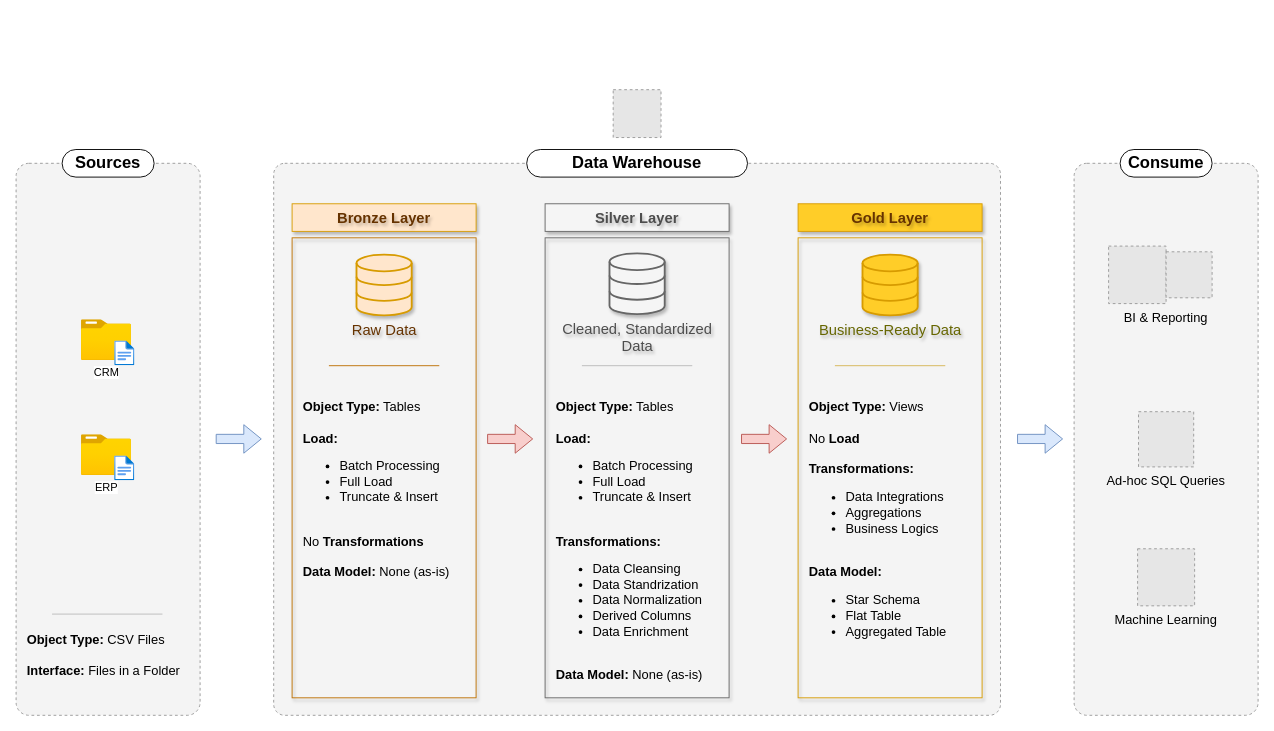
sohaib-atef/sql-data-warehouse-project keeps this draw.io diagram as page "Data Architecture" (1 of 4) of docs/warehouse-architecture.drawio. Above is the earlier version. Source tidied: cells renumbered, new cells numbered last; positions are measured from the earlier drawing's top-left corner, leaving out a move shared by most shapes. Both pictures are drawn from the tidied source at 92%, with x=0, y=0 at pixel (16, 89). Pictures stored in the file or linked from it are replaced by grey dashed boxes.
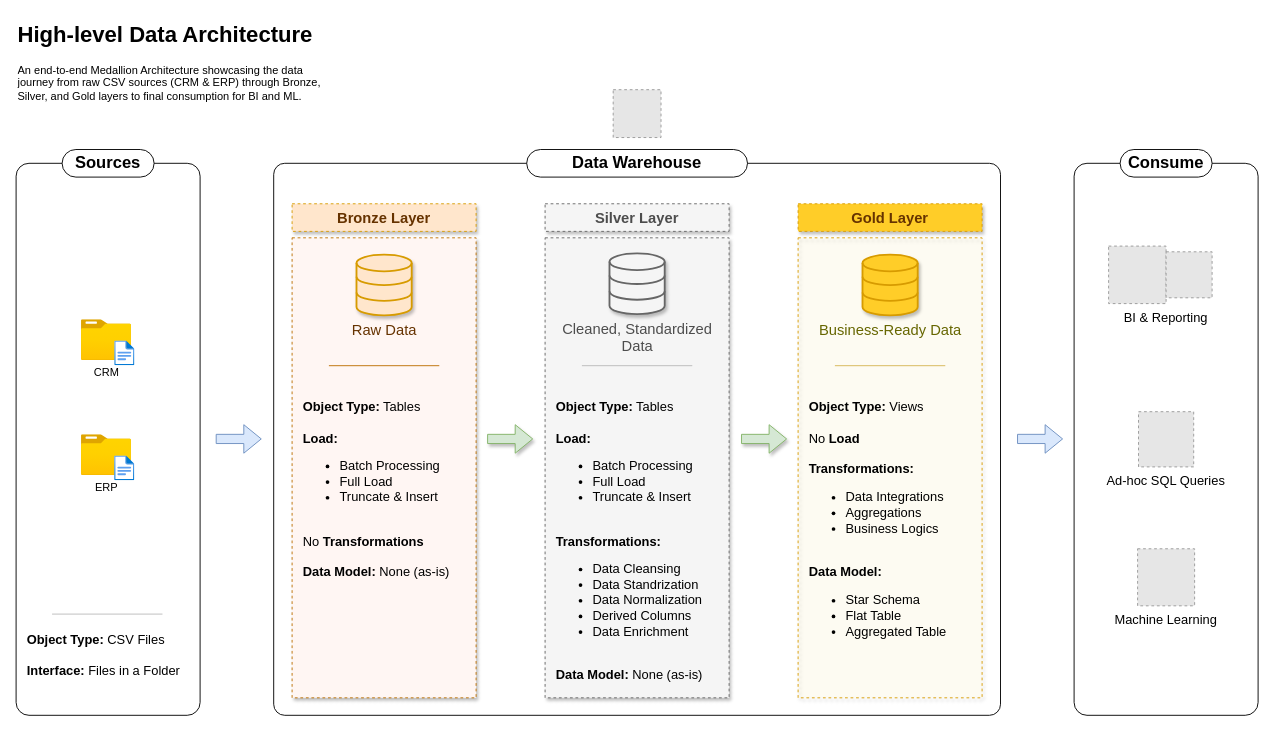
Above is the later version.

Commit message (it also covers changes not shown here):
Finalized the data catalog, naming and the architechure diagrmas on drawio and exported the diagrams to an HTML file

Change to the diagram source:
```diff
@@
-    <mxCell id="2" style="rounded=1;whiteSpace=wrap;html=1;labelBorderColor=none;arcSize=7;dashed=1;strokeWidth=1;strokeColor=#999999;fillColor=#F4F4F4;" parent="1" vertex="1">
+    <mxCell id="2" style="rounded=1;whiteSpace=wrap;html=1;labelBorderColor=none;arcSize=7;strokeWidth=1;" parent="1" vertex="1">
       <mxGeometry y="80" width="200" height="600" as="geometry" />
     </mxCell>
@@
-    <mxCell id="4" style="rounded=1;whiteSpace=wrap;html=1;arcSize=2;dashed=1;strokeColor=#999999;fillColor=#F4F4F4;" parent="1" vertex="1">
+    <mxCell id="4" style="rounded=1;whiteSpace=wrap;html=1;arcSize=2;" parent="1" vertex="1">
       <mxGeometry x="280" y="80" width="790" height="600" as="geometry" />
     </mxCell>
@@
-    <mxCell id="6" style="rounded=1;whiteSpace=wrap;html=1;labelBorderColor=none;arcSize=7;dashed=1;strokeColor=#999999;fillColor=#F4F4F4;" parent="1" vertex="1">
+    <mxCell id="6" style="rounded=1;whiteSpace=wrap;html=1;labelBorderColor=none;arcSize=7;" parent="1" vertex="1">
       <mxGeometry x="1150" y="80" width="200" height="600" as="geometry" />
     </mxCell>
@@
-    <mxCell id="8" value="Bronze Layer" style="rounded=0;whiteSpace=wrap;html=1;fillColor=#ffe6cc;strokeColor=#d79b00;fontStyle=1;fontSize=16;fontColor=#663300;shadow=1;textShadow=1;" parent="1" vertex="1">
+    <mxCell id="8" value="Bronze Layer" style="rounded=0;whiteSpace=wrap;html=1;fillColor=#ffe6cc;strokeColor=#d79b00;fontStyle=1;fontSize=16;fontColor=#663300;shadow=1;textShadow=0;dashed=1;" parent="1" vertex="1">
       <mxGeometry x="300" y="124" width="200" height="30" as="geometry" />
     </mxCell>
-    <mxCell id="9" value="Silver Layer" style="rounded=0;whiteSpace=wrap;html=1;fillColor=#f5f5f5;fontColor=#4D4D4D;strokeColor=#666666;fontStyle=1;fontSize=16;shadow=1;textShadow=1;" parent="1" vertex="1">
+    <mxCell id="9" value="Silver Layer" style="rounded=0;whiteSpace=wrap;html=1;fillColor=#f5f5f5;fontColor=#4D4D4D;strokeColor=#666666;fontStyle=1;fontSize=16;shadow=1;textShadow=0;dashed=1;" parent="1" vertex="1">
       <mxGeometry x="575" y="124" width="200" height="30" as="geometry" />
     </mxCell>
-    <mxCell id="10" value="Gold Layer" style="rounded=0;whiteSpace=wrap;html=1;fillColor=#ffcd28;strokeColor=#d79b00;fontStyle=1;fontSize=16;gradientColor=none;fontColor=#663300;shadow=1;textShadow=1;" parent="1" vertex="1">
+    <mxCell id="10" value="Gold Layer" style="rounded=0;whiteSpace=wrap;html=1;fillColor=#ffcd28;strokeColor=#d79b00;fontStyle=1;fontSize=16;gradientColor=none;fontColor=#663300;shadow=1;textShadow=0;dashed=1;" parent="1" vertex="1">
       <mxGeometry x="850" y="124" width="200" height="30" as="geometry" />
     </mxCell>
-    <mxCell id="11" style="rounded=0;whiteSpace=wrap;html=1;fillColor=none;strokeColor=#BD7000;fontColor=#000000;shadow=1;" parent="1" vertex="1">
+    <mxCell id="11" style="rounded=0;whiteSpace=wrap;html=1;fillColor=#FFF6F3;strokeColor=#BD7000;fontColor=#000000;shadow=1;dashed=1;" parent="1" vertex="1">
       <mxGeometry x="300" y="161" width="200" height="500" as="geometry" />
     </mxCell>
-    <mxCell id="12" style="rounded=0;whiteSpace=wrap;html=1;fillColor=none;fontColor=#333333;strokeColor=#666666;shadow=1;" parent="1" vertex="1">
+    <mxCell id="12" style="rounded=0;whiteSpace=wrap;html=1;fillColor=#f5f5f5;fontColor=#333333;strokeColor=#666666;shadow=1;dashed=1;" parent="1" vertex="1">
       <mxGeometry x="575" y="161" width="200" height="500" as="geometry" />
     </mxCell>
-    <mxCell id="13" style="rounded=0;whiteSpace=wrap;html=1;fillColor=none;strokeColor=#d79b00;gradientColor=none;shadow=1;" parent="1" vertex="1">
+    <mxCell id="13" style="rounded=0;whiteSpace=wrap;html=1;fillColor=#FFCD280D;strokeColor=#d79b00;gradientColor=none;shadow=1;dashed=1;" parent="1" vertex="1">
       <mxGeometry x="850" y="161" width="200" height="500" as="geometry" />
     </mxCell>
@@
-    <mxCell id="16" value="Raw Data" style="html=1;verticalLabelPosition=bottom;align=center;labelBackgroundColor=none;verticalAlign=top;strokeWidth=2;strokeColor=#d79b00;shadow=1;dashed=0;shape=mxgraph.ios7.icons.data;fillColor=#ffe6cc;fontSize=16;fontStyle=0;fontColor=#663300;textShadow=1;" parent="1" vertex="1">
+    <mxCell id="16" value="Raw Data" style="html=1;verticalLabelPosition=bottom;align=center;labelBackgroundColor=none;verticalAlign=top;strokeWidth=2;strokeColor=#d79b00;shadow=1;dashed=0;shape=mxgraph.ios7.icons.data;fillColor=#ffe6cc;fontSize=16;fontStyle=0;fontColor=#663300;textShadow=0;" parent="1" vertex="1">
       <mxGeometry x="370" y="179.2" width="60" height="66.1" as="geometry" />
     </mxCell>
-    <mxCell id="17" value="Cleaned,&amp;nbsp;&lt;span style=&quot;&quot;&gt;Standardized&lt;/span&gt;&lt;div&gt;&lt;div&gt;Data&lt;/div&gt;&lt;/div&gt;" style="html=1;verticalLabelPosition=bottom;align=center;labelBackgroundColor=none;verticalAlign=top;strokeWidth=2;strokeColor=#666666;shadow=1;dashed=0;shape=mxgraph.ios7.icons.data;fillColor=#f5f5f5;fontSize=16;fontStyle=0;gradientColor=none;fontColor=#4D4D4D;textShadow=1;" parent="1" vertex="1">
+    <mxCell id="17" value="Cleaned,&amp;nbsp;&lt;span style=&quot;&quot;&gt;Standardized&lt;/span&gt;&lt;div&gt;&lt;div&gt;Data&lt;/div&gt;&lt;/div&gt;" style="html=1;verticalLabelPosition=bottom;align=center;labelBackgroundColor=none;verticalAlign=top;strokeWidth=2;strokeColor=#666666;shadow=1;dashed=0;shape=mxgraph.ios7.icons.data;fillColor=#f5f5f5;fontSize=16;fontStyle=0;gradientColor=none;fontColor=#4D4D4D;textShadow=0;" parent="1" vertex="1">
       <mxGeometry x="645" y="177.9" width="60" height="66.1" as="geometry" />
     </mxCell>
-    <mxCell id="18" value="Business-Ready Data" style="html=1;verticalLabelPosition=bottom;align=center;labelBackgroundColor=none;verticalAlign=top;strokeWidth=2;strokeColor=#d79b00;shadow=1;dashed=0;shape=mxgraph.ios7.icons.data;fillColor=#ffcd28;fontStyle=0;fontSize=16;gradientColor=none;fontColor=#666600;textShadow=1;" parent="1" vertex="1">
+    <mxCell id="18" value="Business-Ready Data" style="html=1;verticalLabelPosition=bottom;align=center;labelBackgroundColor=none;verticalAlign=top;strokeWidth=2;strokeColor=#d79b00;shadow=1;dashed=0;shape=mxgraph.ios7.icons.data;fillColor=#ffcd28;fontStyle=0;fontSize=16;gradientColor=none;fontColor=#666600;textShadow=0;" parent="1" vertex="1">
       <mxGeometry x="920" y="179.2" width="60" height="66.1" as="geometry" />
     </mxCell>
@@
-    <mxCell id="23" style="group;" parent="1" vertex="1">
+    <mxCell id="23" style="group;textShadow=0;" parent="1" vertex="1">
       <mxGeometry x="70.9" y="250" width="58.2" height="50" as="geometry" />
     </mxCell>
@@
-    <mxCell id="32" style="shape=flexArrow;endArrow=classic;html=1;rounded=0;fillColor=#f8cecc;strokeColor=#b85450;" parent="1" edge="1">
+    <mxCell id="32" style="shape=flexArrow;endArrow=classic;html=1;rounded=0;fillColor=#d5e8d4;strokeColor=#82b366;shadow=1;" parent="1" edge="1">
       <mxGeometry relative="1" as="geometry">
         <mxPoint x="512" y="379.6" as="sourcePoint" />
         <mxPoint x="562" y="379.6" as="targetPoint" />
       </mxGeometry>
     </mxCell>
-    <mxCell id="33" style="shape=flexArrow;endArrow=classic;html=1;rounded=0;fillColor=#f8cecc;strokeColor=#b85450;" parent="1" edge="1">
+    <mxCell id="33" style="shape=flexArrow;endArrow=classic;html=1;rounded=0;fillColor=#d5e8d4;strokeColor=#82b366;shadow=1;" parent="1" edge="1">
       <mxGeometry relative="1" as="geometry">
         <mxPoint x="788" y="379.6" as="sourcePoint" />
         <mxPoint x="838" y="379.6" as="targetPoint" />
       </mxGeometry>
     </mxCell>
@@
+    <mxCell id="41" value="&lt;h1 style=&quot;margin-top: 0px;&quot;&gt;High-level Data Architecture&lt;/h1&gt;&lt;p&gt;An end-to-end Medallion Architecture showcasing the data journey from raw CSV sources (CRM &amp;amp; ERP) through Bronze, Silver, and Gold layers to final consumption for BI and ML.&lt;/p&gt;" style="text;html=1;whiteSpace=wrap;overflow=hidden;rounded=0;" parent="1" vertex="1">
+      <mxGeometry y="-80" width="340" height="110" as="geometry" />
+    </mxCell>
```
